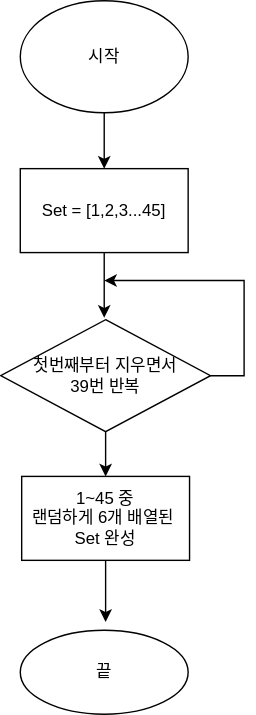
Before: lotto flowchart.svg, a diagram exported from draw.io (yagom-academy/swift-starter-Round2). Source tidied: cells renumbered, new cells last; positions are measured from the earlier drawing's top-left corner, leaving out a move shared by most shapes.
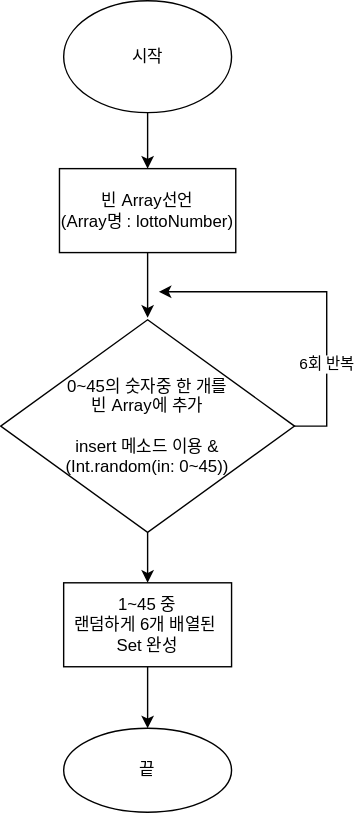
After the change.

Change to the diagram source:
```diff
@@ -17,36 +17,34 @@
         </Array>
       </mxGeometry>
     </mxCell>
-    <mxCell id="5" value="Set = [1,2,3...45]" style="whiteSpace=wrap;html=1;" parent="1" vertex="1">
-      <mxGeometry x="14" y="120" width="120" height="60" as="geometry" />
+    <mxCell id="5" value="빈 Array선언&lt;br&gt;(Array명 : lottoNumber)" style="whiteSpace=wrap;html=1;" parent="1" vertex="1">
+      <mxGeometry x="11" y="120" width="126" height="60" as="geometry" />
     </mxCell>
-    <mxCell id="6" style="edgeStyle=orthogonalEdgeStyle;rounded=0;orthogonalLoop=1;jettySize=auto;html=1;" parent="1" edge="1">
-      <mxGeometry relative="1" as="geometry">
-        <mxPoint x="150" y="268" as="sourcePoint" />
-        <mxPoint x="74" y="200" as="targetPoint" />
+    <mxCell id="6" value="6회 반복" style="edgeStyle=orthogonalEdgeStyle;rounded=0;orthogonalLoop=1;jettySize=auto;html=1;" parent="1" edge="1">
+      <mxGeometry x="-0.43" relative="1" as="geometry">
+        <mxPoint x="178" y="304" as="sourcePoint" />
+        <mxPoint x="82" y="208" as="targetPoint" />
         <Array as="points">
-          <mxPoint x="174" y="268" />
-          <mxPoint x="174" y="200" />
-          <mxPoint x="74" y="200" />
+          <mxPoint x="202" y="304" />
+          <mxPoint x="202" y="208" />
+          <mxPoint x="102" y="208" />
         </Array>
       </mxGeometry>
     </mxCell>
-    <mxCell id="7" style="edgeStyle=orthogonalEdgeStyle;rounded=0;jettySize=auto;html=1;" parent="1" edge="1" source="8" target="10">
+    <mxCell id="7" style="edgeStyle=orthogonalEdgeStyle;rounded=0;jettySize=auto;html=1;exitX=0.5;exitY=1;exitDx=0;exitDy=0;" parent="1" edge="1" source="8" target="10">
       <mxGeometry relative="1" as="geometry" />
     </mxCell>
-    <mxCell id="8" value="첫번째부터 지우면서&lt;br&gt;39번 반복" style="rhombus;whiteSpace=wrap;html=1;" parent="1" vertex="1">
-      <mxGeometry y="228" width="150" height="80" as="geometry" />
+    <mxCell id="8" value="0~45의 숫자중 한 개를&lt;br&gt;빈 Array에 추가&lt;br&gt;&lt;br&gt;insert 메소드 이용 &amp;amp;&lt;br&gt;(Int.random(in: 0~45))" style="rhombus;whiteSpace=wrap;html=1;" parent="1" vertex="1">
+      <mxGeometry x="-31" y="228" width="210" height="152" as="geometry" />
     </mxCell>
-    <mxCell id="9" style="edgeStyle=orthogonalEdgeStyle;rounded=0;jettySize=auto;html=1;" parent="1" edge="1" source="10">
-      <mxGeometry relative="1" as="geometry">
-        <mxPoint x="75" y="444" as="targetPoint" />
-      </mxGeometry>
-    </mxCell>
+    <mxCell id="12" style="edgeStyle=orthogonalEdgeStyle;rounded=0;jettySize=auto;html=1;entryX=0.5;entryY=0;entryDx=0;entryDy=0;" parent="1" edge="1" source="10" target="11">
+      <mxGeometry relative="1" as="geometry" />
+    </mxCell>
     <mxCell id="10" value="1~45 중&lt;br&gt;랜덤하게 6개 배열된&amp;nbsp;&lt;br&gt;Set 완성" style="whiteSpace=wrap;html=1;" parent="1" vertex="1">
-      <mxGeometry x="15" y="340" width="120" height="60" as="geometry" />
+      <mxGeometry x="14" y="416" width="120" height="60" as="geometry" />
     </mxCell>
     <mxCell id="11" value="끝" style="ellipse;whiteSpace=wrap;html=1;" parent="1" vertex="1">
-      <mxGeometry x="14" y="450" width="120" height="60" as="geometry" />
+      <mxGeometry x="14" y="520" width="120" height="60" as="geometry" />
     </mxCell>
   </root>
 </mxGraphModel>
```
